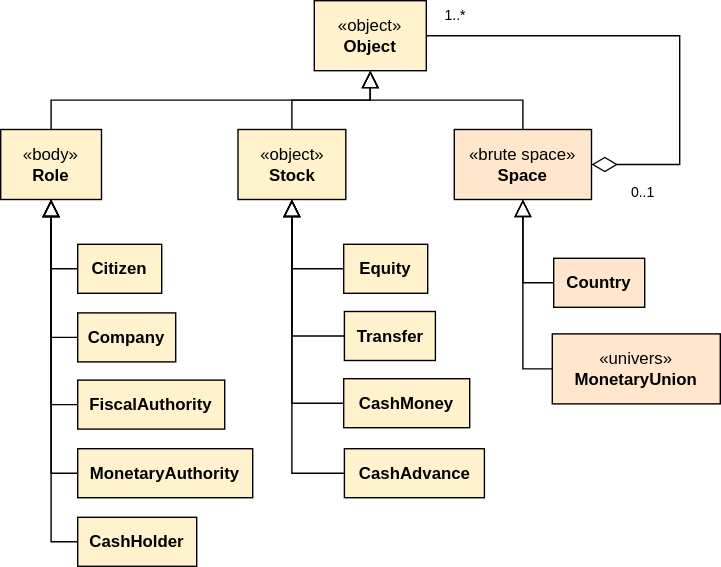
MalcomChumchouaPenda/MC-AB-SFC2 keeps this draw.io diagram as docs/diagrams/hierarchy_institutionnal_objects.drawio.svg. Above is the earlier version. Source tidied: cells renumbered, new cells last; positions are measured from the earlier drawing's top-left corner, leaving out a move shared by most shapes.
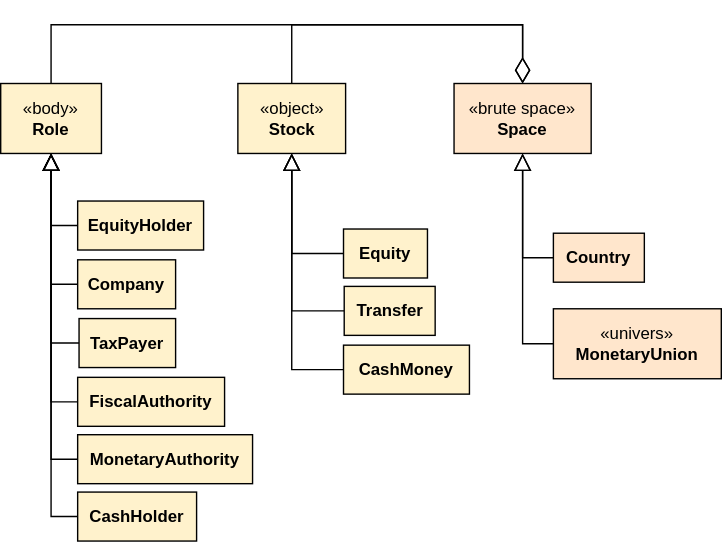
After the change.

What changed in the source:
```diff
@@ -2,12 +2,6 @@
   <root>
     <mxCell id="0" />
     <mxCell id="1" parent="0" />
-    <mxCell id="2" value="1..*" style="text;html=1;align=center;verticalAlign=middle;whiteSpace=wrap;rounded=0;fontSize=10;strokeColor=none;fontStyle=0;" parent="1" vertex="1">
-      <mxGeometry x="310" width="30" height="20" as="geometry" />
-    </mxCell>
-    <mxCell id="3" value="0..1" style="text;html=1;align=center;verticalAlign=middle;whiteSpace=wrap;rounded=0;fontSize=10;strokeColor=none;fontStyle=0;" parent="1" vertex="1">
-      <mxGeometry x="444" y="127" width="30" height="20" as="geometry" />
-    </mxCell>
     <mxCell id="4" style="edgeStyle=orthogonalEdgeStyle;html=1;entryX=0;entryY=0.5;entryDx=0;entryDy=0;exitX=0.5;exitY=1;exitDx=0;exitDy=0;rounded=0;curved=0;startArrow=block;startFill=0;endArrow=none;endFill=0;endSize=10;startSize=10;strokeColor=default;" parent="1" edge="1" source="8" target="19">
       <mxGeometry relative="1" as="geometry" />
     </mxCell>
@@ -21,18 +15,18 @@
       <mxGeometry relative="1" as="geometry" />
     </mxCell>
     <mxCell id="8" value="«body»&lt;br&gt;&lt;b&gt;Role&lt;/b&gt;" style="html=1;whiteSpace=wrap;fillColor=#fff2cc;strokeColor=default;" parent="1" vertex="1">
-      <mxGeometry y="92" width="72" height="50" as="geometry" />
+      <mxGeometry y="82" width="72" height="50" as="geometry" />
     </mxCell>
-    <mxCell id="9" style="edgeStyle=orthogonalEdgeStyle;html=1;entryX=1;entryY=0.5;entryDx=0;entryDy=0;rounded=0;exitX=1;exitY=0.5;exitDx=0;exitDy=0;strokeColor=default;endArrow=none;endFill=0;startArrow=diamondThin;startFill=0;endSize=16;startSize=16;" parent="1" edge="1" source="10" target="18">
+    <mxCell id="9" style="edgeStyle=orthogonalEdgeStyle;html=1;entryX=0.5;entryY=0;entryDx=0;entryDy=0;rounded=0;exitX=0.5;exitY=0;exitDx=0;exitDy=0;strokeColor=default;endArrow=none;endFill=0;startArrow=diamondThin;startFill=0;endSize=16;startSize=16;" parent="1" edge="1" source="10" target="14">
       <mxGeometry relative="1" as="geometry">
         <Array as="points">
-          <mxPoint x="485" y="117" />
-          <mxPoint x="485" y="25" />
+          <mxPoint x="373" y="40" />
+          <mxPoint x="208" y="40" />
         </Array>
       </mxGeometry>
     </mxCell>
     <mxCell id="10" value="«brute space»&lt;br&gt;&lt;b&gt;Space&lt;/b&gt;" style="html=1;whiteSpace=wrap;fillColor=#ffe6cc;strokeColor=default;" parent="1" vertex="1">
-      <mxGeometry x="324" y="92" width="98" height="50" as="geometry" />
+      <mxGeometry x="324" y="82" width="98" height="50" as="geometry" />
     </mxCell>
     <mxCell id="11" style="edgeStyle=orthogonalEdgeStyle;html=1;entryX=0;entryY=0.5;entryDx=0;entryDy=0;exitX=0.5;exitY=1;exitDx=0;exitDy=0;rounded=0;curved=0;endArrow=none;endFill=0;startArrow=block;startFill=0;endSize=10;startSize=10;strokeColor=default;" parent="1" edge="1" source="14" target="20">
       <mxGeometry relative="1" as="geometry" />
@@ -44,64 +38,60 @@
       <mxGeometry relative="1" as="geometry" />
     </mxCell>
     <mxCell id="14" value="«object»&lt;br&gt;&lt;b&gt;Stock&lt;/b&gt;" style="html=1;whiteSpace=wrap;fillColor=#fff2cc;strokeColor=default;" parent="1" vertex="1">
-      <mxGeometry x="169.5" y="92" width="77" height="50" as="geometry" />
+      <mxGeometry x="169.5" y="82" width="77" height="50" as="geometry" />
     </mxCell>
-    <mxCell id="15" style="edgeStyle=orthogonalEdgeStyle;html=1;exitX=0.5;exitY=1;exitDx=0;exitDy=0;entryX=0.5;entryY=0;entryDx=0;entryDy=0;startArrow=block;startFill=0;endArrow=none;endFill=0;rounded=0;strokeColor=default;endSize=10;startSize=10;" parent="1" edge="1" source="18" target="8">
-      <mxGeometry relative="1" as="geometry" />
-    </mxCell>
-    <mxCell id="16" style="html=1;entryX=0.5;entryY=0;entryDx=0;entryDy=0;exitX=0.5;exitY=1;exitDx=0;exitDy=0;startArrow=block;startFill=0;endArrow=none;endFill=0;rounded=0;strokeColor=default;endSize=10;startSize=10;edgeStyle=orthogonalEdgeStyle;" parent="1" edge="1" source="18" target="14">
-      <mxGeometry relative="1" as="geometry" />
-    </mxCell>
-    <mxCell id="17" style="edgeStyle=orthogonalEdgeStyle;html=1;entryX=0.5;entryY=0;entryDx=0;entryDy=0;exitX=0.5;exitY=1;exitDx=0;exitDy=0;startArrow=block;startFill=0;endArrow=none;endFill=0;rounded=0;strokeColor=default;endSize=10;startSize=10;" parent="1" edge="1" source="18" target="10">
-      <mxGeometry relative="1" as="geometry" />
-    </mxCell>
-    <mxCell id="18" value="«object»&lt;br&gt;&lt;b&gt;Object&lt;/b&gt;" style="html=1;whiteSpace=wrap;fillColor=#fff2cc;strokeColor=default;" parent="1" vertex="1">
-      <mxGeometry x="224" width="80" height="50" as="geometry" />
-    </mxCell>
-    <mxCell id="19" value="&lt;b&gt;Citizen&lt;/b&gt;" style="html=1;whiteSpace=wrap;fillColor=#fff2cc;strokeColor=default;" parent="1" vertex="1">
-      <mxGeometry x="55" y="174" width="60" height="35" as="geometry" />
+    <mxCell id="19" value="&lt;b&gt;EquityHolder&lt;/b&gt;" style="html=1;whiteSpace=wrap;fillColor=#fff2cc;strokeColor=default;" parent="1" vertex="1">
+      <mxGeometry x="55" y="166" width="90" height="35" as="geometry" />
     </mxCell>
     <mxCell id="20" value="&lt;b&gt;Equity&lt;/b&gt;" style="html=1;whiteSpace=wrap;fillColor=#fff2cc;strokeColor=default;" parent="1" vertex="1">
-      <mxGeometry x="245" y="174" width="60" height="35" as="geometry" />
+      <mxGeometry x="245" y="186" width="60" height="35" as="geometry" />
     </mxCell>
     <mxCell id="21" value="&lt;b&gt;Transfer&lt;/b&gt;" style="html=1;whiteSpace=wrap;fillColor=#fff2cc;strokeColor=default;" parent="1" vertex="1">
-      <mxGeometry x="245.5" y="222" width="65" height="35" as="geometry" />
+      <mxGeometry x="245.5" y="227" width="65" height="35" as="geometry" />
     </mxCell>
     <mxCell id="22" value="&lt;b&gt;CashMoney&lt;/b&gt;" style="html=1;whiteSpace=wrap;fillColor=#fff2cc;strokeColor=default;" parent="1" vertex="1">
-      <mxGeometry x="245" y="270" width="90" height="35" as="geometry" />
+      <mxGeometry x="245" y="269" width="90" height="35" as="geometry" />
     </mxCell>
     <mxCell id="23" value="&lt;b&gt;Company&lt;/b&gt;" style="html=1;whiteSpace=wrap;fillColor=#fff2cc;strokeColor=default;" parent="1" vertex="1">
-      <mxGeometry x="55" y="223" width="70" height="35" as="geometry" />
+      <mxGeometry x="55" y="208" width="70" height="35" as="geometry" />
     </mxCell>
     <mxCell id="24" value="&lt;b&gt;FiscalAuthority&lt;/b&gt;" style="html=1;whiteSpace=wrap;fillColor=#fff2cc;strokeColor=default;" parent="1" vertex="1">
-      <mxGeometry x="55" y="271" width="105" height="35" as="geometry" />
+      <mxGeometry x="55" y="292" width="105" height="35" as="geometry" />
     </mxCell>
     <mxCell id="25" value="&lt;b&gt;MonetaryAuthority&lt;/b&gt;" style="html=1;whiteSpace=wrap;fillColor=#fff2cc;strokeColor=default;" parent="1" vertex="1">
-      <mxGeometry x="55" y="320" width="125" height="35" as="geometry" />
+      <mxGeometry x="55" y="333" width="125" height="35" as="geometry" />
     </mxCell>
     <mxCell id="26" style="edgeStyle=orthogonalEdgeStyle;html=1;entryX=0;entryY=0.5;entryDx=0;entryDy=0;exitX=0.5;exitY=1;exitDx=0;exitDy=0;rounded=0;curved=0;endArrow=none;endFill=0;startArrow=block;startFill=0;endSize=10;startSize=10;strokeColor=default;" parent="1" edge="1" source="10" target="33">
       <mxGeometry relative="1" as="geometry" />
     </mxCell>
     <mxCell id="27" value="&lt;b&gt;CashHolder&lt;/b&gt;" style="html=1;whiteSpace=wrap;fillColor=#fff2cc;strokeColor=default;" parent="1" vertex="1">
-      <mxGeometry x="55" y="369" width="85" height="35" as="geometry" />
+      <mxGeometry x="55" y="374" width="85" height="35" as="geometry" />
     </mxCell>
     <mxCell id="28" style="edgeStyle=orthogonalEdgeStyle;html=1;entryX=0;entryY=0.5;entryDx=0;entryDy=0;exitX=0.5;exitY=1;exitDx=0;exitDy=0;rounded=0;curved=0;startArrow=block;startFill=0;endArrow=none;endFill=0;endSize=10;startSize=10;strokeColor=default;" parent="1" edge="1" source="8" target="27">
       <mxGeometry relative="1" as="geometry" />
     </mxCell>
-    <mxCell id="29" value="&lt;b&gt;CashAdvance&lt;/b&gt;" style="html=1;whiteSpace=wrap;fillColor=#fff2cc;strokeColor=default;" parent="1" vertex="1">
-      <mxGeometry x="245.5" y="320" width="100" height="35" as="geometry" />
-    </mxCell>
-    <mxCell id="30" style="edgeStyle=orthogonalEdgeStyle;html=1;entryX=0;entryY=0.5;entryDx=0;entryDy=0;exitX=0.5;exitY=1;exitDx=0;exitDy=0;rounded=0;curved=0;endArrow=none;endFill=0;startArrow=block;startFill=0;endSize=10;startSize=10;strokeColor=default;" parent="1" edge="1" source="14" target="29">
-      <mxGeometry relative="1" as="geometry" />
-    </mxCell>
     <mxCell id="31" value="&lt;b&gt;Country&lt;/b&gt;" style="html=1;whiteSpace=wrap;fillColor=#ffe6cc;strokeColor=default;" parent="1" vertex="1">
-      <mxGeometry x="395" y="184" width="65" height="35" as="geometry" />
+      <mxGeometry x="395" y="189" width="65" height="35" as="geometry" />
     </mxCell>
     <mxCell id="32" style="edgeStyle=orthogonalEdgeStyle;html=1;entryX=0;entryY=0.5;entryDx=0;entryDy=0;exitX=0.5;exitY=1;exitDx=0;exitDy=0;rounded=0;curved=0;endArrow=none;endFill=0;startArrow=block;startFill=0;endSize=10;startSize=10;strokeColor=default;" parent="1" edge="1" source="10" target="31">
       <mxGeometry relative="1" as="geometry" />
     </mxCell>
     <mxCell id="33" value="«univers»&lt;br&gt;&lt;b&gt;MonetaryUnion&lt;/b&gt;" style="html=1;whiteSpace=wrap;fillColor=#ffe6cc;strokeColor=default;" parent="1" vertex="1">
-      <mxGeometry x="394" y="238" width="120" height="50" as="geometry" />
+      <mxGeometry x="395" y="243" width="120" height="50" as="geometry" />
     </mxCell>
+    <mxCell id="34" value="&lt;b&gt;TaxPayer&lt;/b&gt;" style="html=1;whiteSpace=wrap;fillColor=#fff2cc;strokeColor=default;" parent="1" vertex="1">
+      <mxGeometry x="56" y="250" width="69" height="35" as="geometry" />
+    </mxCell>
+    <mxCell id="35" style="edgeStyle=orthogonalEdgeStyle;html=1;entryX=0;entryY=0.5;entryDx=0;entryDy=0;exitX=0.5;exitY=1;exitDx=0;exitDy=0;rounded=0;curved=0;startArrow=block;startFill=0;endArrow=none;endFill=0;endSize=10;startSize=10;strokeColor=default;" parent="1" edge="1" source="8" target="34">
+      <mxGeometry relative="1" as="geometry" />
+    </mxCell>
+    <mxCell id="36" style="edgeStyle=orthogonalEdgeStyle;html=1;entryX=0.5;entryY=0;entryDx=0;entryDy=0;rounded=0;exitX=0.5;exitY=0;exitDx=0;exitDy=0;strokeColor=default;endArrow=none;endFill=0;startArrow=diamondThin;startFill=0;endSize=16;startSize=16;" parent="1" edge="1" source="10" target="8">
+      <mxGeometry relative="1" as="geometry">
+        <Array as="points">
+          <mxPoint x="373" y="40" />
+          <mxPoint x="36" y="40" />
+        </Array>
+      </mxGeometry>
+    </mxCell>
   </root>
 </mxGraphModel>
```
